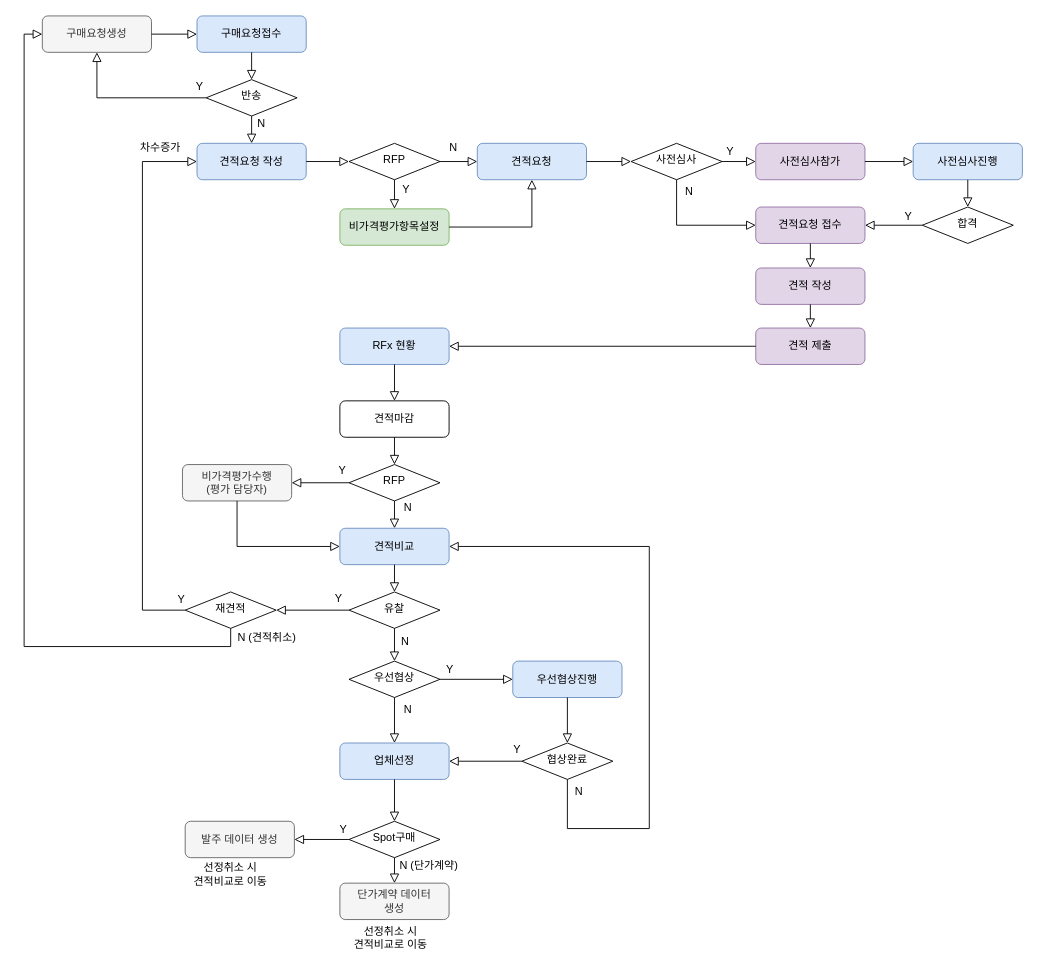
This is RFx.drawio from kisspa-source/draw, a draw.io file, before an edit. Source tidied: cells renumbered, new cells numbered last; positions are measured from the earlier drawing's top-left corner, leaving out a move shared by most shapes. Both pictures are drawn from the tidied source at 91%, with x=0, y=0 at pixel (42, 15).
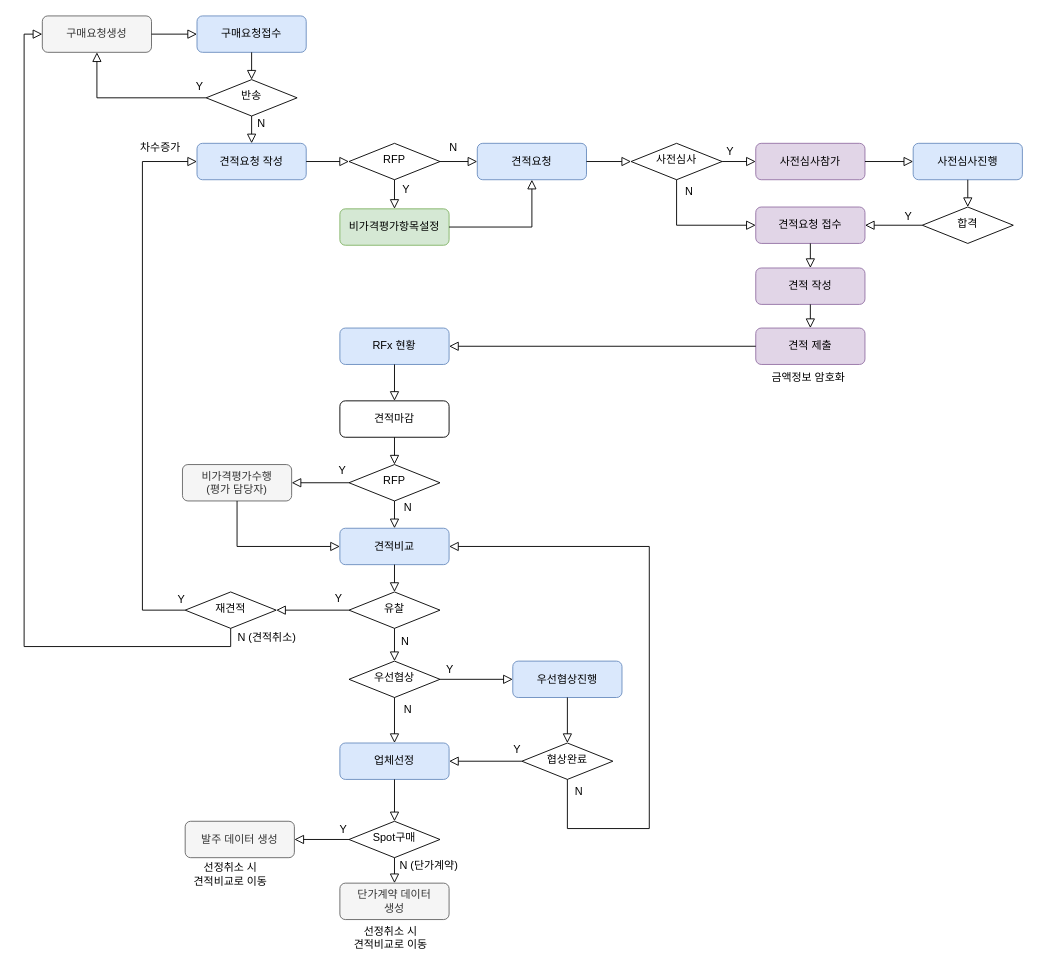
After the change.

What changed in the source:
```diff
@@
+    <mxCell id="87" value="금액정보 암호화" style="text;html=1;strokeColor=none;fillColor=none;align=center;verticalAlign=middle;whiteSpace=wrap;rounded=0;" parent="1" vertex="1">
+      <mxGeometry x="784" y="383" width="116" height="30" as="geometry" />
+    </mxCell>
```
